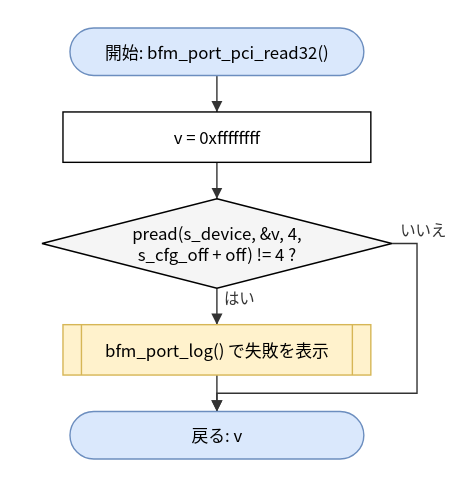
hf355051012-ai/bfmem keeps this draw.io diagram as doc/spec/images/flow_port_linux_vfio_port_linux-bfm_port_pci_read32.drawio.svg. Above is the earlier version. Source tidied: cells renumbered, new cells last; positions are measured from the earlier drawing's top-left corner, leaving out a move shared by most shapes. Source of this version:
```xml
<mxGraphModel>
  <root>
    <mxCell id="0" />
    <mxCell id="1" parent="0" />
    <mxCell id="2" value="開始: bfm_port_pci_read32()" style="rounded=1;arcSize=50;whiteSpace=wrap;html=1;fillColor=#dae8fc;strokeColor=#6c8ebf;" parent="1" vertex="1">
      <mxGeometry x="20" width="210" height="34" as="geometry" />
    </mxCell>
    <mxCell id="3" value="v = 0xffffffff" style="rounded=0;whiteSpace=wrap;html=1;" parent="1" vertex="1">
      <mxGeometry x="15" y="60" width="220" height="36" as="geometry" />
    </mxCell>
    <mxCell id="4" value="pread(s_device, &amp;amp;v, 4,&lt;br&gt;s_cfg_off + off) != 4 ?" style="rhombus;whiteSpace=wrap;html=1;fillColor=#f5f5f5;" parent="1" vertex="1">
      <mxGeometry y="122" width="250" height="64" as="geometry" />
    </mxCell>
    <mxCell id="5" value="bfm_port_log() で失敗を表示" style="shape=process;whiteSpace=wrap;html=1;backgroundOutline=1;size=0.06;fillColor=#fff2cc;strokeColor=#d6b656;" parent="1" vertex="1">
      <mxGeometry x="15" y="212" width="220" height="36" as="geometry" />
    </mxCell>
    <mxCell id="6" value="戻る: v" style="rounded=1;arcSize=50;whiteSpace=wrap;html=1;fillColor=#dae8fc;strokeColor=#6c8ebf;" parent="1" vertex="1">
      <mxGeometry x="20" y="274" width="210" height="34" as="geometry" />
    </mxCell>
    <mxCell id="7" style="edgeStyle=none;html=1;rounded=0;endArrow=block;endFill=1;exitX=0.5000;exitY=1.0000;exitDx=0;exitDy=0;exitPerimeter=0;entryX=0.5000;entryY=0.0000;entryDx=0;entryDy=0;entryPerimeter=0;" parent="1" edge="1" source="2" target="3">
      <mxGeometry relative="1" as="geometry" />
    </mxCell>
    <mxCell id="8" style="edgeStyle=none;html=1;rounded=0;endArrow=block;endFill=1;exitX=0.5000;exitY=1.0000;exitDx=0;exitDy=0;exitPerimeter=0;entryX=0.5000;entryY=0.0000;entryDx=0;entryDy=0;entryPerimeter=0;" parent="1" edge="1" source="3" target="4">
      <mxGeometry relative="1" as="geometry" />
    </mxCell>
    <mxCell id="9" value="はい" style="edgeStyle=none;html=1;rounded=0;endArrow=block;endFill=1;exitX=0.5000;exitY=1.0000;exitDx=0;exitDy=0;exitPerimeter=0;entryX=0.5000;entryY=0.0000;entryDx=0;entryDy=0;entryPerimeter=0;" parent="1" edge="1" source="4" target="5">
      <mxGeometry relative="1" as="geometry" />
    </mxCell>
    <mxCell id="10" style="edgeStyle=none;html=1;rounded=0;endArrow=block;endFill=1;exitX=0.5000;exitY=1.0000;exitDx=0;exitDy=0;exitPerimeter=0;entryX=0.5000;entryY=0.0000;entryDx=0;entryDy=0;entryPerimeter=0;" parent="1" edge="1" source="5" target="6">
      <mxGeometry relative="1" as="geometry" />
    </mxCell>
    <mxCell id="11" value="いいえ" style="edgeStyle=none;html=1;rounded=0;endArrow=block;endFill=1;exitX=1.0000;exitY=0.5000;exitDx=0;exitDy=0;exitPerimeter=0;entryX=0.5000;entryY=0.0000;entryDx=0;entryDy=0;entryPerimeter=0;" parent="1" edge="1" source="4" target="6">
      <mxGeometry relative="1" as="geometry">
        <Array as="points">
          <mxPoint x="268" y="154" />
          <mxPoint x="268" y="261" />
          <mxPoint x="125" y="261" />
        </Array>
      </mxGeometry>
    </mxCell>
  </root>
</mxGraphModel>
```
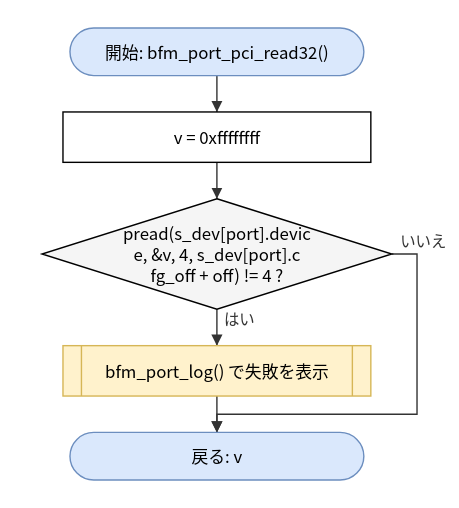
The same diagram one commit later.

The edit, as a diff of the source:
```diff
@@ -8,14 +8,14 @@
     <mxCell id="3" value="v = 0xffffffff" style="rounded=0;whiteSpace=wrap;html=1;" parent="1" vertex="1">
       <mxGeometry x="15" y="60" width="220" height="36" as="geometry" />
     </mxCell>
-    <mxCell id="4" value="pread(s_device, &amp;amp;v, 4,&lt;br&gt;s_cfg_off + off) != 4 ?" style="rhombus;whiteSpace=wrap;html=1;fillColor=#f5f5f5;" parent="1" vertex="1">
-      <mxGeometry y="122" width="250" height="64" as="geometry" />
+    <mxCell id="4" value="pread(s_dev[port].devic&lt;br&gt;e, &amp;amp;v, 4, s_dev[port].c&lt;br&gt;fg_off + off) != 4 ?" style="rhombus;whiteSpace=wrap;html=1;fillColor=#f5f5f5;" parent="1" vertex="1">
+      <mxGeometry y="122" width="250" height="79" as="geometry" />
     </mxCell>
     <mxCell id="5" value="bfm_port_log() で失敗を表示" style="shape=process;whiteSpace=wrap;html=1;backgroundOutline=1;size=0.06;fillColor=#fff2cc;strokeColor=#d6b656;" parent="1" vertex="1">
-      <mxGeometry x="15" y="212" width="220" height="36" as="geometry" />
+      <mxGeometry x="15" y="227" width="220" height="36" as="geometry" />
     </mxCell>
     <mxCell id="6" value="戻る: v" style="rounded=1;arcSize=50;whiteSpace=wrap;html=1;fillColor=#dae8fc;strokeColor=#6c8ebf;" parent="1" vertex="1">
-      <mxGeometry x="20" y="274" width="210" height="34" as="geometry" />
+      <mxGeometry x="20" y="289" width="210" height="34" as="geometry" />
     </mxCell>
     <mxCell id="7" style="edgeStyle=none;html=1;rounded=0;endArrow=block;endFill=1;exitX=0.5000;exitY=1.0000;exitDx=0;exitDy=0;exitPerimeter=0;entryX=0.5000;entryY=0.0000;entryDx=0;entryDy=0;entryPerimeter=0;" parent="1" edge="1" source="2" target="3">
       <mxGeometry relative="1" as="geometry" />
@@ -32,9 +32,9 @@
     <mxCell id="11" value="いいえ" style="edgeStyle=none;html=1;rounded=0;endArrow=block;endFill=1;exitX=1.0000;exitY=0.5000;exitDx=0;exitDy=0;exitPerimeter=0;entryX=0.5000;entryY=0.0000;entryDx=0;entryDy=0;entryPerimeter=0;" parent="1" edge="1" source="4" target="6">
       <mxGeometry relative="1" as="geometry">
         <Array as="points">
-          <mxPoint x="268" y="154" />
-          <mxPoint x="268" y="261" />
-          <mxPoint x="125" y="261" />
+          <mxPoint x="268" y="161.5" />
+          <mxPoint x="268" y="276" />
+          <mxPoint x="125" y="276" />
         </Array>
       </mxGeometry>
     </mxCell>
```
